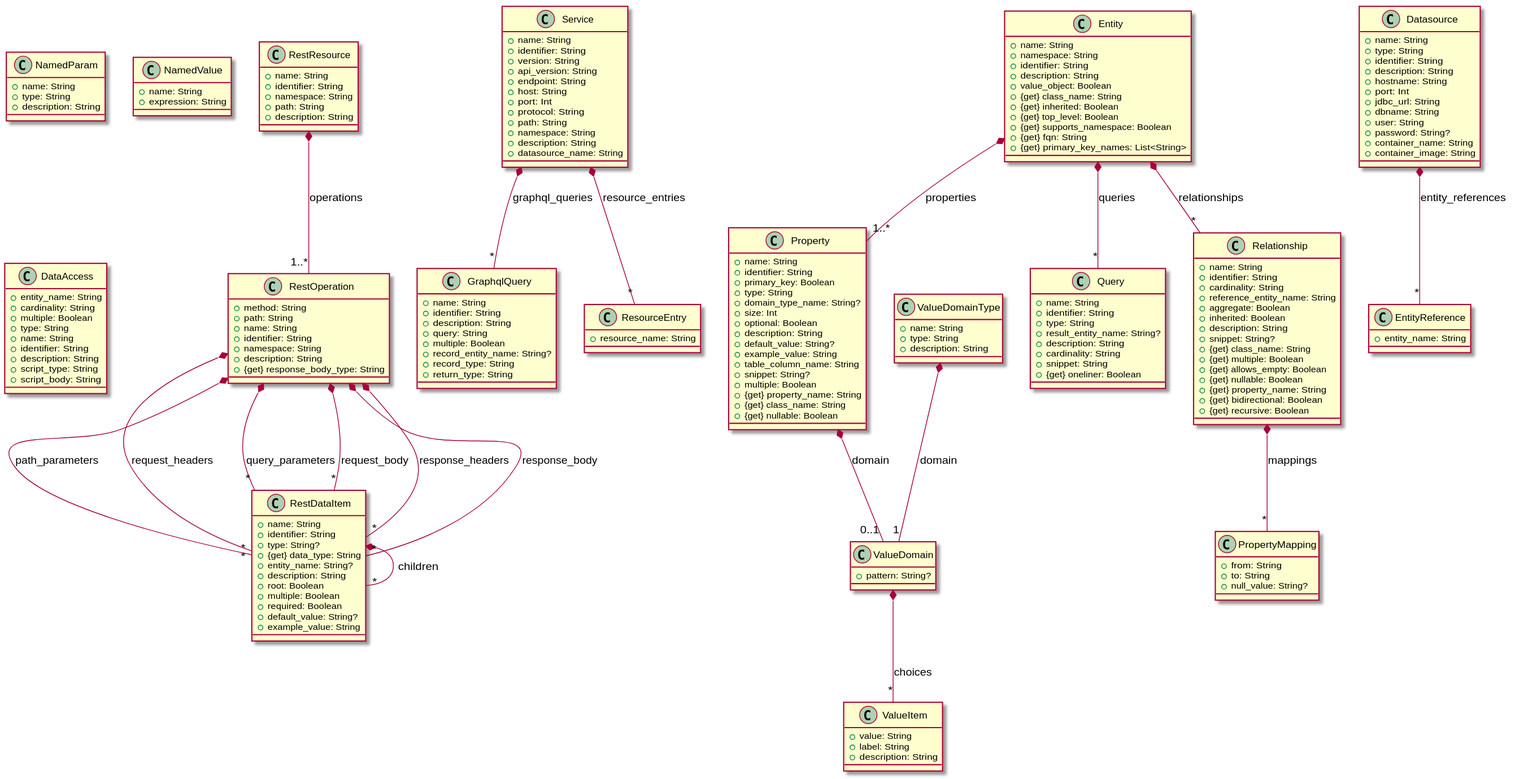
Before: doc/image/model-diagram.svg, a diagram exported from PlantUML (laplacian-arch/api-service.domain-model).
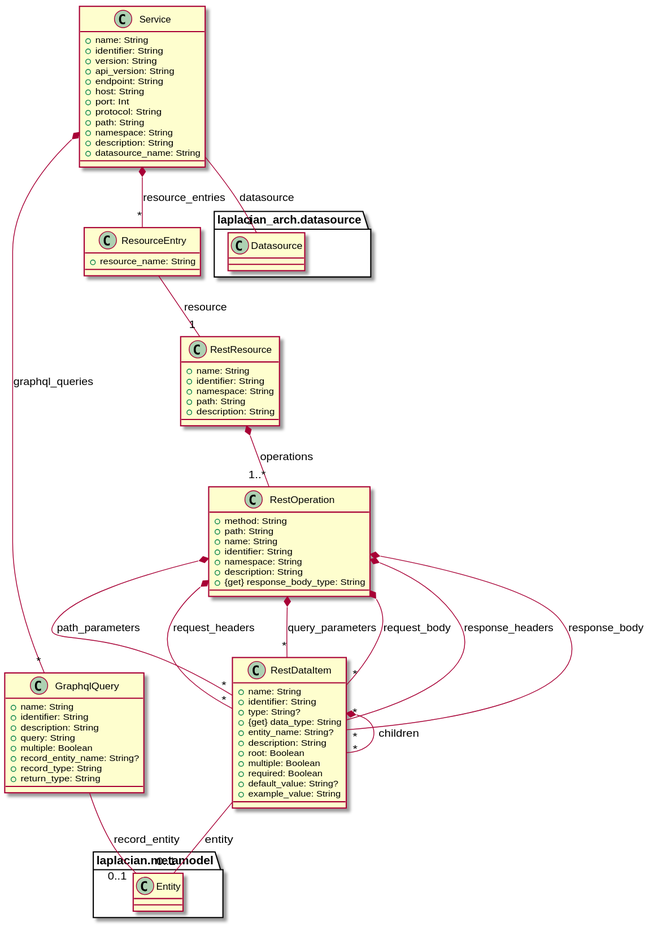
Above is the later version.

Commit message:
update the entity diagram

Diff of the diagram source:
```diff
@@ -18,14 +18,20 @@
 
 
 
+
 RestDataItem *-- "*" RestDataItem : children
 
 
 
 
 
+package laplacian.metamodel {
+  class Entity {
+  }
+}
 
 
+RestDataItem -- "0..1" Entity : entity
 
 
 
@@ -44,6 +50,13 @@
 
 
 
+package laplacian.metamodel {
+  class Entity {
+  }
+}
+
+
+GraphqlQuery -- "0..1" Entity : record_entity
 
 
 
@@ -62,10 +75,10 @@
 
 
 
+RestOperation *-- "*" RestDataItem : path_parameters
 
 
 
-RestOperation *-- "*" RestDataItem : path_parameters
 
 
 
@@ -73,7 +86,13 @@
 
 
 
+
+
+
 RestOperation *-- "*" RestDataItem : query_parameters
+
+
+
 
 
 
@@ -81,14 +100,17 @@
 
 
 
+
+
+
 RestOperation *-- "*" RestDataItem : response_headers
 
 
 
-RestOperation *-- "*" RestDataItem : response_body
 
 
 
+RestOperation *-- "*" RestDataItem : response_body
 
 
 
@@ -109,12 +131,22 @@
 }
 
 
+
+
+
 Service *-- "*" ResourceEntry : resource_entries
 
 
 
 
 
+package laplacian_arch.datasource {
+  class Datasource {
+  }
+}
+
+
+Service -- "1" Datasource : datasource
 
 
 
@@ -126,7 +158,6 @@
 
 
 
-
 class ResourceEntry {
   + resource_name: String
 }
@@ -134,6 +165,8 @@
 
 
 
+
+ResourceEntry -- "1" RestResource : resource
 
 
 
@@ -147,256 +180,11 @@
 }
 
 
+
+
+
 RestResource *-- "1..*" RestOperation : operations
 
 
 
-
-
-
-
-
-
-class Entity {
-  + name: String
-  + namespace: String
-  + identifier: String
-  + description: String
-  + value_object: Boolean
-  + {get} class_name: String
-  + {get} inherited: Boolean
-  + {get} top_level: Boolean
-  + {get} supports_namespace: Boolean
-  + {get} fqn: String
-  + {get} primary_key_names: List<String>
-}
-
-
-Entity *-- "1..*" Property : properties
-
-
-
-Entity *-- "*" Relationship : relationships
-
-
-
-Entity *-- "*" Query : queries
-
-
-
-
-
-
-
-
-
-
-
-
-
-
-
-
-
-
-
-
-
-
-
-class NamedParam {
-  + name: String
-  + type: String
-  + description: String
-}
-
-
-
-
-class NamedValue {
-  + name: String
-  + expression: String
-}
-
-
-
-
-class Property {
-  + name: String
-  + identifier: String
-  + primary_key: Boolean
-  + type: String
-  + domain_type_name: String?
-  + size: Int
-  + optional: Boolean
-  + description: String
-  + default_value: String?
-  + example_value: String
-  + table_column_name: String
-  + snippet: String?
-  + multiple: Boolean
-  + {get} property_name: String
-  + {get} class_name: String
-  + {get} nullable: Boolean
-}
-
-
-
-
-Property *-- "0..1" ValueDomain : domain
-
-
-
-
-
-
-
-class PropertyMapping {
-  + from: String
-  + to: String
-  + null_value: String?
-}
-
-
-
-
-
-
-
-
-
-
-class Query {
-  + name: String
-  + identifier: String
-  + type: String
-  + result_entity_name: String?
-  + description: String
-  + cardinality: String
-  + snippet: String
-  + {get} oneliner: Boolean
-}
-
-
-
-
-
-
-
-
-class Relationship {
-  + name: String
-  + identifier: String
-  + cardinality: String
-  + reference_entity_name: String
-  + aggregate: Boolean
-  + inherited: Boolean
-  + description: String
-  + snippet: String?
-  + {get} class_name: String
-  + {get} multiple: Boolean
-  + {get} allows_empty: Boolean
-  + {get} nullable: Boolean
-  + {get} property_name: String
-  + {get} bidirectional: Boolean
-  + {get} recursive: Boolean
-}
-
-
-
-
-Relationship *-- "*" PropertyMapping : mappings
-
-
-
-
-
-
-
-class ValueDomainType {
-  + name: String
-  + type: String
-  + description: String
-}
-
-
-ValueDomainType *-- "1" ValueDomain : domain
-
-
-
-
-
-class ValueDomain {
-  + pattern: String?
-}
-
-
-ValueDomain *-- "*" ValueItem : choices
-
-
-
-
-
-class ValueItem {
-  + value: String
-  + label: String
-  + description: String
-}
-
-
-
-
-class DataAccess {
-  + entity_name: String
-  + cardinality: String
-  + multiple: Boolean
-  + type: String
-  + name: String
-  + identifier: String
-  + description: String
-  + script_type: String
-  + script_body: String
-}
-
-
-
-
-
-
-class Datasource {
-  + name: String
-  + type: String
-  + identifier: String
-  + description: String
-  + hostname: String
-  + port: Int
-  + jdbc_url: String
-  + dbname: String
-  + user: String
-  + password: String?
-  + container_name: String
-  + container_image: String
-}
-
-
-Datasource *-- "*" EntityReference : entity_references
-
-
-
-
-
-
-
-
-
-class EntityReference {
-  + entity_name: String
-}
-
-
-
-
-
-
-
 @enduml
```
